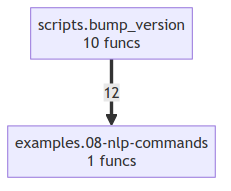
semcod/resplit keeps this Mermaid diagram as project/compact_flow.png. Above is the earlier version. Its source is kept beside it as project/compact_flow.mmd.
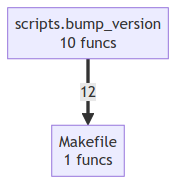
After the commit.

What changed in the source:
```diff
@@ -1,4 +1,4 @@
 flowchart TD
-    examples__08_nlp_commands["examples.08-nlp-commands<br/>1 funcs"]
+    Makefile["Makefile<br/>1 funcs"]
     scripts__bump_version["scripts.bump_version<br/>10 funcs"]
-    scripts__bump_version ==>|12| examples__08_nlp_commands
+    scripts__bump_version ==>|12| Makefile
```
